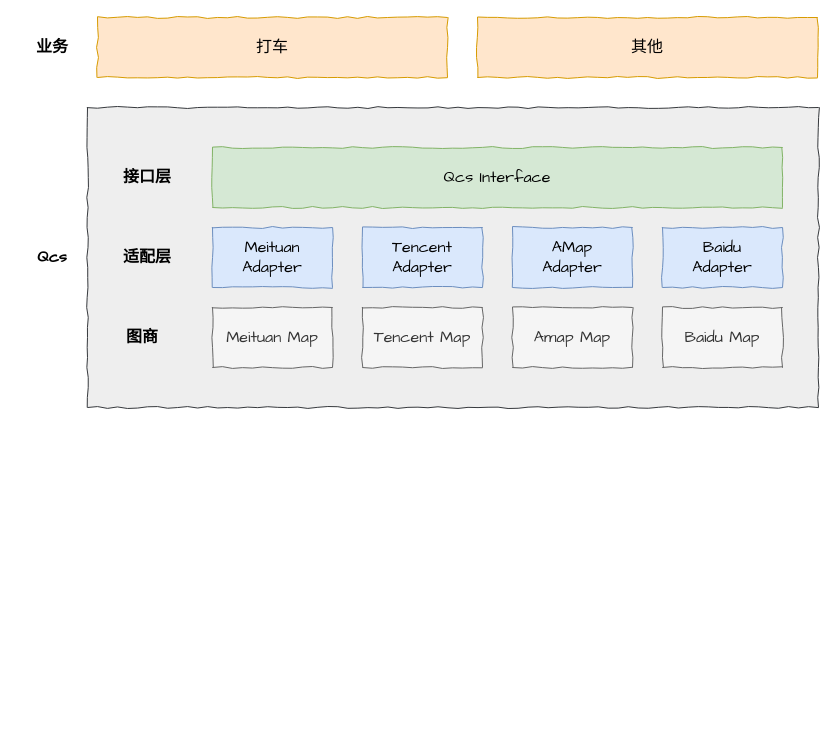
Earlier version of the draw.io diagram qcs地图融合.drawio (TryLoveCatch/charts). Source tidied: cells renumbered, new cells numbered last; positions are measured from the earlier drawing's top-left corner, leaving out a move shared by most shapes. Both pictures are drawn from the tidied source at 100%, with x=0, y=0 at pixel (27, 17).
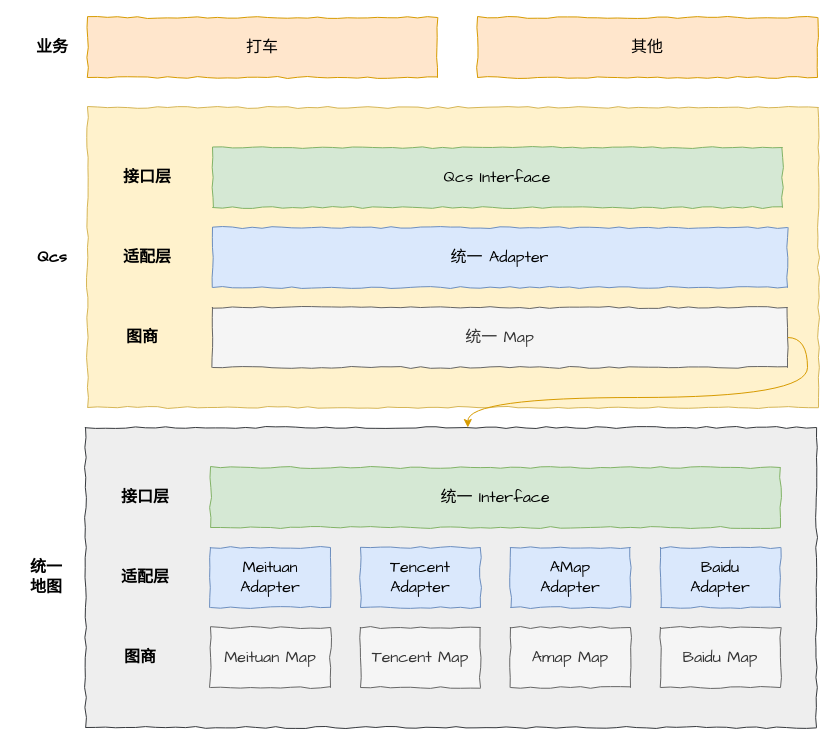
Above is the later version.

Commit message:
更新qcs地图融合.drawio

What changed in the source:
```diff
@@
-    <mxCell id="2" style="rounded=0;whiteSpace=wrap;html=1;comic=1;fontFamily=Comic Sans MS;fontSize=16;fillColor=#eeeeee;strokeColor=#36393d;" parent="1" vertex="1">
+    <mxCell id="2" style="rounded=0;whiteSpace=wrap;html=1;comic=1;fontFamily=Comic Sans MS;fontSize=16;fillColor=#fff2cc;strokeColor=#d6b656;" parent="1" vertex="1">
       <mxGeometry x="60" y="90" width="731" height="300" as="geometry" />
     </mxCell>
+    <mxCell id="19" style="edgeStyle=orthogonalEdgeStyle;curved=1;jettySize=auto;html=1;exitX=1;exitY=0.5;exitDx=0;exitDy=0;entryX=0.523;entryY=0;entryDx=0;entryDy=0;entryPerimeter=0;fillColor=#ffe6cc;strokeColor=#d79b00;" parent="1" edge="1" source="3" target="20">
+      <mxGeometry relative="1" as="geometry" />
+    </mxCell>
-    <mxCell id="3" value="Meituan Map" style="rounded=0;whiteSpace=wrap;html=1;comic=1;fillColor=#f5f5f5;strokeColor=#666666;fontColor=#333333;fontSize=16;fontFamily=Comic Sans MS;" parent="1" vertex="1">
-      <mxGeometry x="185" y="290" width="120" height="60" as="geometry" />
+    <mxCell id="3" value="统一 Map" style="rounded=0;whiteSpace=wrap;html=1;comic=1;fillColor=#f5f5f5;strokeColor=#666666;fontColor=#333333;fontSize=16;fontFamily=Comic Sans MS;" parent="1" vertex="1">
+      <mxGeometry x="185" y="290" width="575" height="60" as="geometry" />
     </mxCell>
-    <mxCell id="4" value="Tencent Map" style="rounded=0;whiteSpace=wrap;html=1;comic=1;fillColor=#f5f5f5;strokeColor=#666666;fontColor=#333333;fontSize=16;fontFamily=Comic Sans MS;" parent="1" vertex="1">
-      <mxGeometry x="335" y="290" width="120" height="60" as="geometry" />
-    </mxCell>
-    <mxCell id="5" value="Amap Map" style="rounded=0;whiteSpace=wrap;html=1;comic=1;fillColor=#f5f5f5;strokeColor=#666666;fontColor=#333333;fontSize=16;fontFamily=Comic Sans MS;" parent="1" vertex="1">
-      <mxGeometry x="485" y="290" width="120" height="60" as="geometry" />
-    </mxCell>
-    <mxCell id="6" value="Baidu Map" style="rounded=0;whiteSpace=wrap;html=1;comic=1;fillColor=#f5f5f5;strokeColor=#666666;fontColor=#333333;fontSize=16;fontFamily=Comic Sans MS;" parent="1" vertex="1">
-      <mxGeometry x="635" y="290" width="120" height="60" as="geometry" />
-    </mxCell>
-    <mxCell id="7" value="Meituan Adapter" style="rounded=0;whiteSpace=wrap;html=1;comic=1;fillColor=#dae8fc;strokeColor=#6c8ebf;fontSize=16;fontFamily=Comic Sans MS;" parent="1" vertex="1">
-      <mxGeometry x="185" y="210" width="120" height="60" as="geometry" />
+    <mxCell id="7" value="统一 Adapter" style="rounded=0;whiteSpace=wrap;html=1;comic=1;fillColor=#dae8fc;strokeColor=#6c8ebf;fontSize=16;fontFamily=Comic Sans MS;" parent="1" vertex="1">
+      <mxGeometry x="185" y="210" width="575" height="60" as="geometry" />
     </mxCell>
@@
-    <mxCell id="9" value="Tencent&lt;br&gt;Adapter" style="rounded=0;whiteSpace=wrap;html=1;comic=1;fillColor=#dae8fc;strokeColor=#6c8ebf;fontSize=16;fontFamily=Comic Sans MS;" parent="1" vertex="1">
-      <mxGeometry x="335" y="210" width="120" height="60" as="geometry" />
-    </mxCell>
-    <mxCell id="10" value="AMap&lt;br&gt;Adapter" style="rounded=0;whiteSpace=wrap;html=1;comic=1;fillColor=#dae8fc;strokeColor=#6c8ebf;fontSize=16;fontFamily=Comic Sans MS;" parent="1" vertex="1">
-      <mxGeometry x="485" y="210" width="120" height="60" as="geometry" />
-    </mxCell>
-    <mxCell id="11" value="Baidu&lt;br&gt;Adapter" style="rounded=0;whiteSpace=wrap;html=1;comic=1;fillColor=#dae8fc;strokeColor=#6c8ebf;fontSize=16;fontFamily=Comic Sans MS;" parent="1" vertex="1">
-      <mxGeometry x="635" y="210" width="120" height="60" as="geometry" />
-    </mxCell>
@@
     <mxCell id="15" value="打车" style="rounded=0;whiteSpace=wrap;html=1;comic=1;fillColor=#ffe6cc;strokeColor=#d79b00;fontSize=16;fontFamily=Comic Sans MS;" parent="1" vertex="1">
-      <mxGeometry x="70" width="350" height="60" as="geometry" />
+      <mxGeometry x="60" width="350" height="60" as="geometry" />
     </mxCell>
@@
+    <mxCell id="20" style="rounded=0;whiteSpace=wrap;html=1;comic=1;fontFamily=Comic Sans MS;fontSize=16;fillColor=#eeeeee;strokeColor=#36393d;" parent="1" vertex="1">
+      <mxGeometry x="58" y="410" width="731" height="300" as="geometry" />
+    </mxCell>
+    <mxCell id="21" value="Meituan Map" style="rounded=0;whiteSpace=wrap;html=1;comic=1;fillColor=#f5f5f5;strokeColor=#666666;fontColor=#333333;fontSize=16;fontFamily=Comic Sans MS;" parent="1" vertex="1">
+      <mxGeometry x="183" y="610" width="120" height="60" as="geometry" />
+    </mxCell>
+    <mxCell id="4" value="Tencent Map" style="rounded=0;whiteSpace=wrap;html=1;comic=1;fillColor=#f5f5f5;strokeColor=#666666;fontColor=#333333;fontSize=16;fontFamily=Comic Sans MS;" parent="1" vertex="1">
+      <mxGeometry x="333" y="610" width="120" height="60" as="geometry" />
+    </mxCell>
+    <mxCell id="5" value="Amap Map" style="rounded=0;whiteSpace=wrap;html=1;comic=1;fillColor=#f5f5f5;strokeColor=#666666;fontColor=#333333;fontSize=16;fontFamily=Comic Sans MS;" parent="1" vertex="1">
+      <mxGeometry x="483" y="610" width="120" height="60" as="geometry" />
+    </mxCell>
+    <mxCell id="6" value="Baidu Map" style="rounded=0;whiteSpace=wrap;html=1;comic=1;fillColor=#f5f5f5;strokeColor=#666666;fontColor=#333333;fontSize=16;fontFamily=Comic Sans MS;" parent="1" vertex="1">
+      <mxGeometry x="633" y="610" width="120" height="60" as="geometry" />
+    </mxCell>
+    <mxCell id="22" value="Meituan Adapter" style="rounded=0;whiteSpace=wrap;html=1;comic=1;fillColor=#dae8fc;strokeColor=#6c8ebf;fontSize=16;fontFamily=Comic Sans MS;" parent="1" vertex="1">
+      <mxGeometry x="183" y="530" width="120" height="60" as="geometry" />
+    </mxCell>
+    <mxCell id="23" value="图商" style="text;html=1;strokeColor=none;fillColor=none;align=center;verticalAlign=middle;whiteSpace=wrap;rounded=0;comic=1;fontFamily=Comic Sans MS;fontSize=16;fontStyle=1;" parent="1" vertex="1">
+      <mxGeometry x="93" y="630" width="40" height="20" as="geometry" />
+    </mxCell>
+    <mxCell id="9" value="Tencent&lt;br&gt;Adapter" style="rounded=0;whiteSpace=wrap;html=1;comic=1;fillColor=#dae8fc;strokeColor=#6c8ebf;fontSize=16;fontFamily=Comic Sans MS;" parent="1" vertex="1">
+      <mxGeometry x="333" y="530" width="120" height="60" as="geometry" />
+    </mxCell>
+    <mxCell id="10" value="AMap&lt;br&gt;Adapter" style="rounded=0;whiteSpace=wrap;html=1;comic=1;fillColor=#dae8fc;strokeColor=#6c8ebf;fontSize=16;fontFamily=Comic Sans MS;" parent="1" vertex="1">
+      <mxGeometry x="483" y="530" width="120" height="60" as="geometry" />
+    </mxCell>
+    <mxCell id="11" value="Baidu&lt;br&gt;Adapter" style="rounded=0;whiteSpace=wrap;html=1;comic=1;fillColor=#dae8fc;strokeColor=#6c8ebf;fontSize=16;fontFamily=Comic Sans MS;" parent="1" vertex="1">
+      <mxGeometry x="633" y="530" width="120" height="60" as="geometry" />
+    </mxCell>
+    <mxCell id="24" value="适配层" style="text;html=1;strokeColor=none;fillColor=none;align=center;verticalAlign=middle;whiteSpace=wrap;rounded=0;comic=1;fontFamily=Comic Sans MS;fontSize=16;fontStyle=1;" parent="1" vertex="1">
+      <mxGeometry x="93" y="550" width="50" height="20" as="geometry" />
+    </mxCell>
+    <mxCell id="25" value="统一 Interface" style="rounded=0;whiteSpace=wrap;html=1;comic=1;fillColor=#d5e8d4;strokeColor=#82b366;fontSize=16;fontFamily=Comic Sans MS;" parent="1" vertex="1">
+      <mxGeometry x="183" y="450" width="570" height="60" as="geometry" />
+    </mxCell>
+    <mxCell id="26" value="接口层" style="text;html=1;strokeColor=none;fillColor=none;align=center;verticalAlign=middle;whiteSpace=wrap;rounded=0;comic=1;fontFamily=Comic Sans MS;fontSize=16;fontStyle=1;" parent="1" vertex="1">
+      <mxGeometry x="93" y="470" width="50" height="20" as="geometry" />
+    </mxCell>
+    <mxCell id="27" value="统一&lt;br&gt;地图" style="text;html=1;strokeColor=none;fillColor=none;align=center;verticalAlign=middle;whiteSpace=wrap;rounded=0;comic=1;fontFamily=Comic Sans MS;fontSize=16;fontStyle=1;" parent="1" vertex="1">
+      <mxGeometry x="-10" y="550" width="58" height="20" as="geometry" />
+    </mxCell>
```
